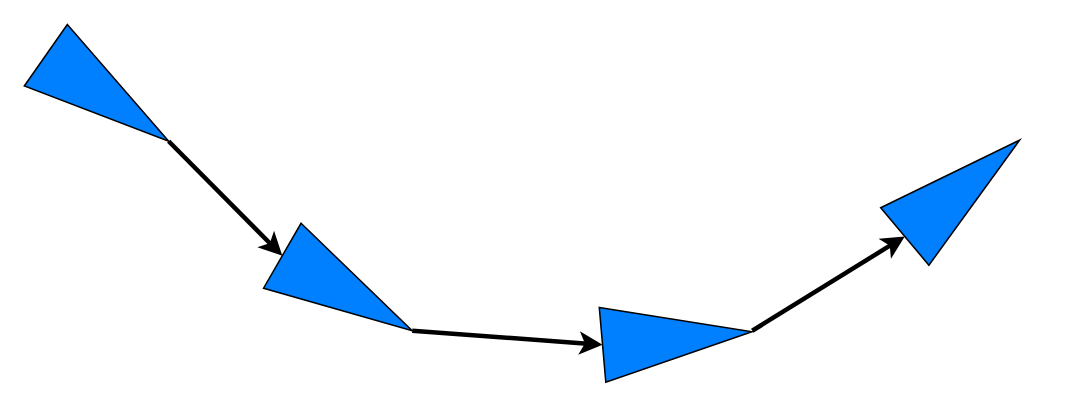
The draw.io diagram presentation/images/Pose_Graph.drawio in pahoffmann/fastsense, before the edit. Source tidied: cells renumbered, new cells numbered last; positions are measured from the earlier drawing's top-left corner, leaving out a move shared by most shapes. Both pictures are drawn from the tidied source at 150%, with x=0, y=0 at pixel (32, 60).
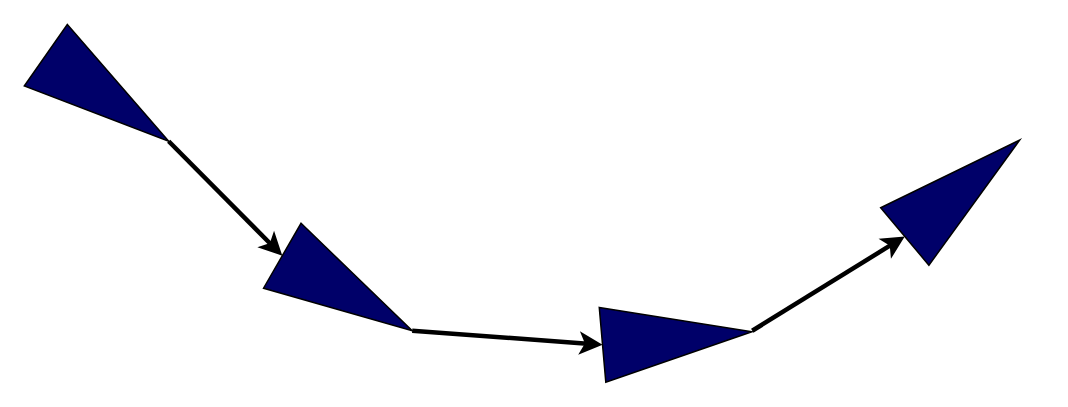
After the change.

What changed in the source:
```diff
@@
 <mxGraphModel>
   <root>
     <mxCell id="0" />
     <mxCell id="1" parent="0" />
-    <mxCell id="2" style="triangle;whiteSpace=wrap;html=1;rotation=35;fillColor=#007FFF;" parent="1" vertex="1">
+    <mxCell id="2" style="triangle;whiteSpace=wrap;html=1;rotation=35;fillColor=#000069;" parent="1" vertex="1">
       <mxGeometry width="100" height="50" as="geometry" />
     </mxCell>
-    <mxCell id="3" style="triangle;whiteSpace=wrap;html=1;rotation=30;fillColor=#007FFF;" parent="1" vertex="1">
+    <mxCell id="3" style="triangle;whiteSpace=wrap;html=1;rotation=30;fillColor=#000069;" parent="1" vertex="1">
       <mxGeometry x="160" y="130" width="100" height="50" as="geometry" />
     </mxCell>
-    <mxCell id="4" style="triangle;whiteSpace=wrap;html=1;rotation=-5;fillColor=#007FFF;" parent="1" vertex="1">
+    <mxCell id="4" style="triangle;whiteSpace=wrap;html=1;rotation=-5;fillColor=#000069;" parent="1" vertex="1">
       <mxGeometry x="380" y="160" width="100" height="50" as="geometry" />
     </mxCell>
-    <mxCell id="5" style="triangle;whiteSpace=wrap;html=1;rotation=-40;fillColor=#007FFF;" parent="1" vertex="1">
+    <mxCell id="5" style="triangle;whiteSpace=wrap;html=1;rotation=-40;fillColor=#000069;" parent="1" vertex="1">
       <mxGeometry x="570" y="60" width="100" height="50" as="geometry" />
     </mxCell>
     <mxCell id="6" style="endArrow=classic;html=1;exitX=1;exitY=0.5;exitDx=0;exitDy=0;entryX=0;entryY=0.5;entryDx=0;entryDy=0;strokeWidth=3;" parent="1" edge="1" source="2" target="3">
       <mxGeometry relative="1" as="geometry" />
     </mxCell>
     <mxCell id="7" style="endArrow=classic;html=1;exitX=1;exitY=0.5;exitDx=0;exitDy=0;entryX=0;entryY=0.5;entryDx=0;entryDy=0;strokeWidth=3;" parent="1" edge="1" source="3" target="4">
       <mxGeometry relative="1" as="geometry" />
     </mxCell>
     <mxCell id="8" style="endArrow=classic;html=1;entryX=0;entryY=0.5;entryDx=0;entryDy=0;strokeWidth=3;" parent="1" edge="1" target="5">
       <mxGeometry relative="1" as="geometry">
         <mxPoint x="480" y="180" as="sourcePoint" />
       </mxGeometry>
     </mxCell>
   </root>
 </mxGraphModel>
```
